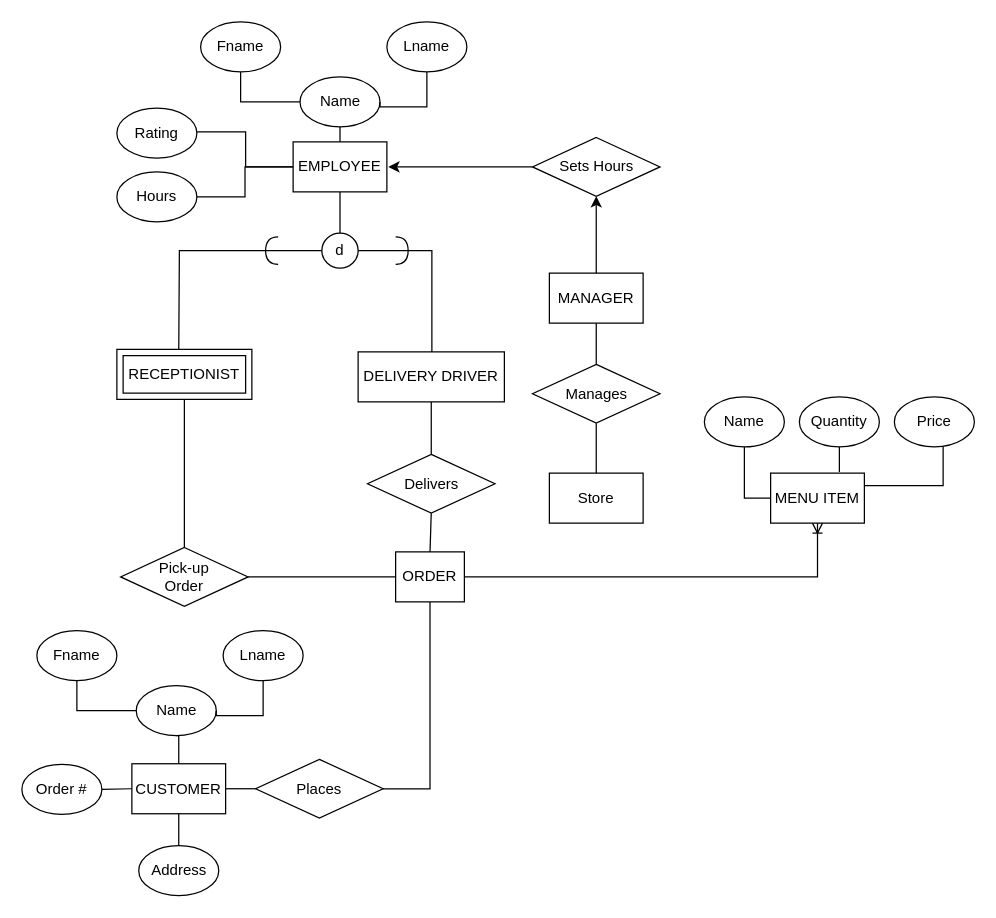
This is Enhanced Entity Relationship Diagram.drawio from hqiao8/Restaurant-Management-System, a draw.io file, before an edit. Source tidied: cells renumbered, new cells numbered last; positions are measured from the earlier drawing's top-left corner, leaving out a move shared by most shapes. Both pictures are drawn from the tidied source at 125%, with x=0, y=0 at pixel (21, 21).
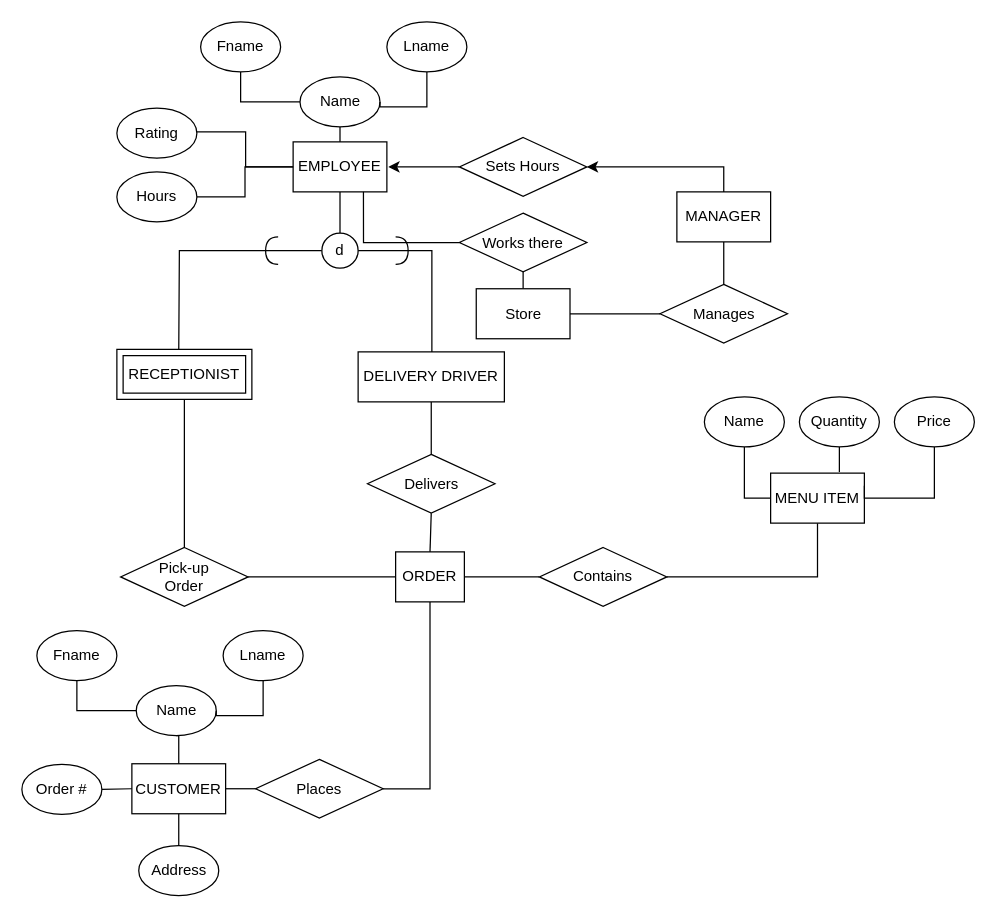
The same page after the edit.

Unchanged cells that the change refers to:
```xml
<mxCell id="11" value="EMPLOYEE" style="whiteSpace=wrap;html=1;align=center;fillColor=default;" parent="1" vertex="1">
  <mxGeometry x="217" y="96" width="75" height="40" as="geometry" />
</mxCell>
<mxCell id="16" value="MENU ITEM" style="whiteSpace=wrap;html=1;align=center;fillColor=default;" parent="1" vertex="1">
  <mxGeometry x="599" y="361" width="75" height="40" as="geometry" />
</mxCell>
<mxCell id="18" value="ORDER" style="whiteSpace=wrap;html=1;align=center;fillColor=default;" parent="1" vertex="1">
  <mxGeometry x="299" y="424" width="55" height="40" as="geometry" />
</mxCell>
<mxCell id="24" value="Price" style="ellipse;whiteSpace=wrap;html=1;align=center;fillColor=default;gradientColor=none;" parent="1" vertex="1">
  <mxGeometry x="698" y="300" width="64" height="40" as="geometry" />
</mxCell>
```

The edit, as a diff of the source:
```diff
@@
     <mxCell id="9" value="MANAGER" style="whiteSpace=wrap;html=1;align=center;fillColor=default;" parent="1" vertex="1">
-      <mxGeometry x="422" y="201" width="75" height="40" as="geometry" />
+      <mxGeometry x="524" y="136" width="75" height="40" as="geometry" />
     </mxCell>
@@
+    <mxCell id="58" style="edgeStyle=orthogonalEdgeStyle;rounded=0;jettySize=auto;html=1;exitX=0.5;exitY=1;exitDx=0;exitDy=0;entryX=1;entryY=0.5;entryDx=0;entryDy=0;endArrow=none;endFill=0;" parent="1" edge="1" source="16" target="61">
+      <mxGeometry relative="1" as="geometry" />
+    </mxCell>
@@
-    <mxCell id="17" style="edgeStyle=orthogonalEdgeStyle;rounded=0;jumpStyle=arc;jettySize=auto;html=1;exitX=1;exitY=0.5;exitDx=0;exitDy=0;entryX=0.5;entryY=1;entryDx=0;entryDy=0;endArrow=ERoneToMany;endFill=0;" parent="1" edge="1" source="18" target="16">
-      <mxGeometry relative="1" as="geometry" />
-    </mxCell>
@@
     <mxCell id="23" style="edgeStyle=orthogonalEdgeStyle;rounded=0;jettySize=auto;html=1;endArrow=none;endFill=0;entryX=1;entryY=0.25;entryDx=0;entryDy=0;" parent="1" edge="1" source="24" target="16">
       <mxGeometry relative="1" as="geometry">
         <Array as="points">
-          <mxPoint x="737" y="371" />
+          <mxPoint x="730" y="381" />
+          <mxPoint x="674" y="381" />
         </Array>
       </mxGeometry>
     </mxCell>
@@
-    <mxCell id="38" style="edgeStyle=orthogonalEdgeStyle;rounded=0;jumpStyle=arc;jettySize=auto;html=1;exitX=0.5;exitY=1;exitDx=0;exitDy=0;entryX=0.5;entryY=0;entryDx=0;entryDy=0;endArrow=none;endFill=0;" parent="1" edge="1" source="39" target="40">
+    <mxCell id="38" style="edgeStyle=orthogonalEdgeStyle;rounded=0;jettySize=auto;html=1;exitX=0;exitY=0.5;exitDx=0;exitDy=0;entryX=1;entryY=0.5;entryDx=0;entryDy=0;endArrow=none;endFill=0;" parent="1" edge="1" source="39" target="40">
       <mxGeometry relative="1" as="geometry" />
     </mxCell>
     <mxCell id="39" value="Manages" style="shape=rhombus;perimeter=rhombusPerimeter;whiteSpace=wrap;html=1;align=center;fillColor=default;gradientColor=none;" parent="1" vertex="1">
-      <mxGeometry x="408.5" y="274" width="102" height="47" as="geometry" />
+      <mxGeometry x="510.5" y="210" width="102" height="47" as="geometry" />
     </mxCell>
+    <mxCell id="59" style="edgeStyle=orthogonalEdgeStyle;rounded=0;jettySize=auto;html=1;exitX=0.5;exitY=0;exitDx=0;exitDy=0;entryX=0.5;entryY=1;entryDx=0;entryDy=0;endArrow=none;endFill=0;" parent="1" edge="1" source="40" target="63">
+      <mxGeometry relative="1" as="geometry" />
+    </mxCell>
     <mxCell id="40" value="Store" style="whiteSpace=wrap;html=1;align=center;fillColor=default;" parent="1" vertex="1">
-      <mxGeometry x="422" y="361" width="75" height="40" as="geometry" />
+      <mxGeometry x="363.5" y="213.5" width="75" height="40" as="geometry" />
     </mxCell>
@@
     <mxCell id="55" value="Sets Hours" style="shape=rhombus;perimeter=rhombusPerimeter;whiteSpace=wrap;html=1;align=center;fillColor=default;gradientColor=none;" parent="1" vertex="1">
-      <mxGeometry x="408.5" y="92.5" width="102" height="47" as="geometry" />
+      <mxGeometry x="350" y="92.5" width="102" height="47" as="geometry" />
     </mxCell>
@@
+    <mxCell id="60" style="edgeStyle=orthogonalEdgeStyle;rounded=0;jettySize=auto;html=1;exitX=0;exitY=0.5;exitDx=0;exitDy=0;entryX=1;entryY=0.5;entryDx=0;entryDy=0;endArrow=none;endFill=0;" parent="1" edge="1" source="61" target="18">
+      <mxGeometry relative="1" as="geometry" />
+    </mxCell>
+    <mxCell id="61" value="Contains" style="shape=rhombus;perimeter=rhombusPerimeter;whiteSpace=wrap;html=1;align=center;fillColor=default;gradientColor=none;" parent="1" vertex="1">
+      <mxGeometry x="414" y="420.5" width="102" height="47" as="geometry" />
+    </mxCell>
+    <mxCell id="62" style="edgeStyle=orthogonalEdgeStyle;rounded=0;jettySize=auto;html=1;exitX=0;exitY=0.5;exitDx=0;exitDy=0;entryX=0.75;entryY=1;entryDx=0;entryDy=0;endArrow=none;endFill=0;" parent="1" edge="1" source="63" target="11">
+      <mxGeometry relative="1" as="geometry" />
+    </mxCell>
+    <mxCell id="63" value="Works there" style="shape=rhombus;perimeter=rhombusPerimeter;whiteSpace=wrap;html=1;align=center;fillColor=default;gradientColor=none;" parent="1" vertex="1">
+      <mxGeometry x="350" y="153" width="102" height="47" as="geometry" />
+    </mxCell>
```
